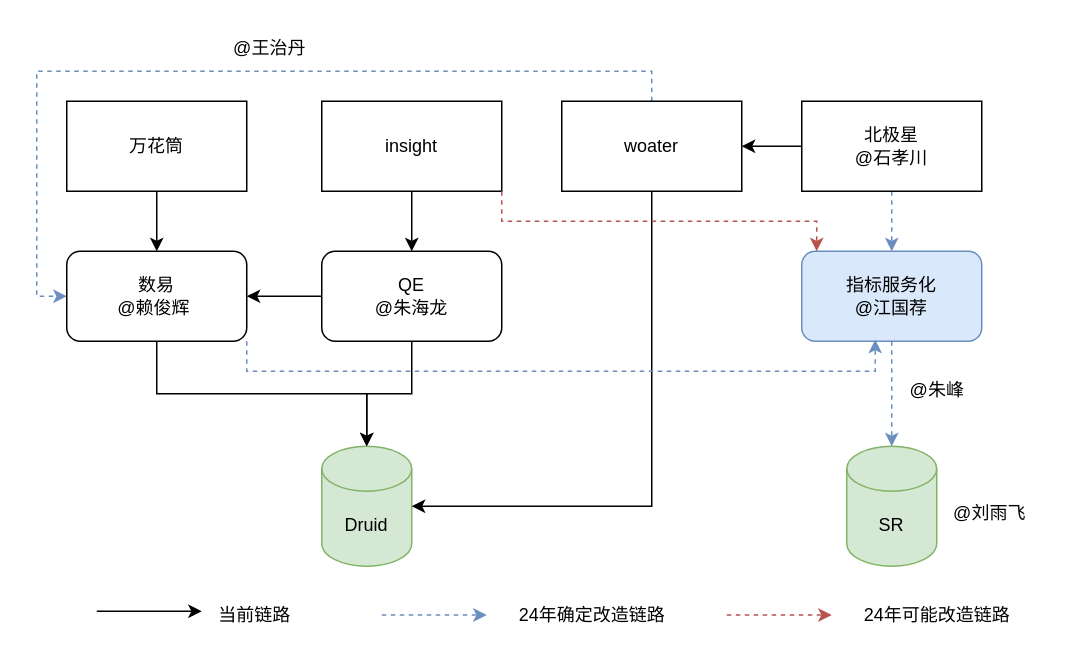
Earlier version of the draw.io diagram Didi-wdata-sr.drawio (labud/pictures). Source tidied: cells renumbered, new cells numbered last; positions are measured from the earlier drawing's top-left corner, leaving out a move shared by most shapes. Both pictures are drawn from the tidied source at 150%, with x=0, y=0 at pixel (66, 26).
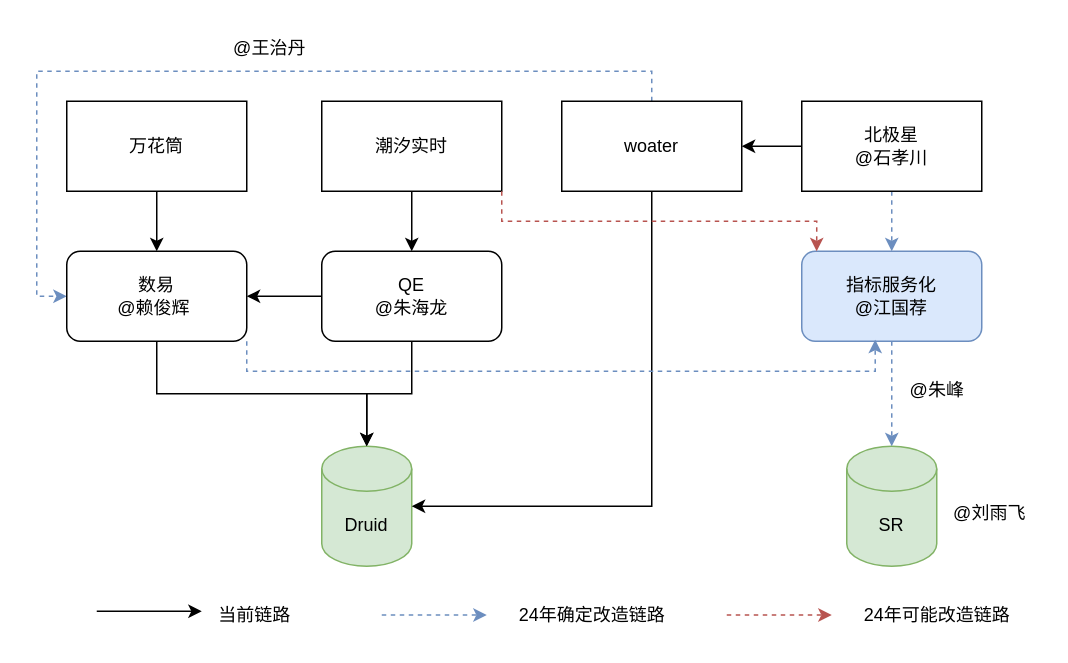
Above is the later version.

The edit, as a diff of the source:
```diff
@@
-    <mxCell id="5" value="insight" style="rounded=0;whiteSpace=wrap;html=1;" parent="1" vertex="1">
+    <mxCell id="5" value="潮汐实时" style="rounded=0;whiteSpace=wrap;html=1;" parent="1" vertex="1">
       <mxGeometry x="170" y="50" width="120" height="60" as="geometry" />
     </mxCell>
```
